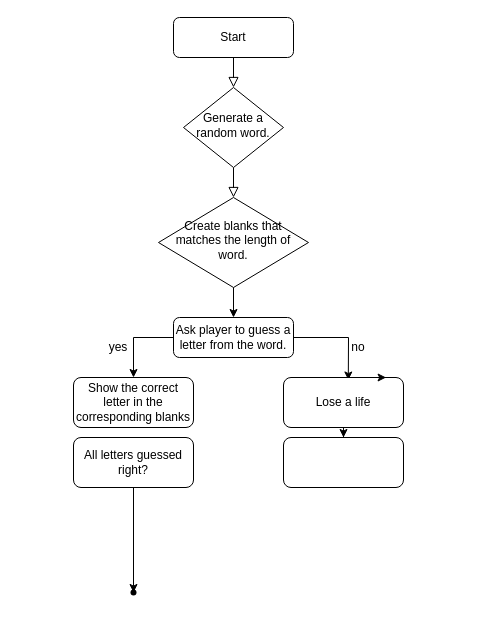
Before: Untitled Diagram.drawio in JonKA29/Hangman, a draw.io diagram. Source tidied: cells renumbered, new cells numbered last; positions are measured from the earlier drawing's top-left corner, leaving out a move shared by most shapes. Both pictures are drawn from the tidied source at 100%, with x=0, y=0 at pixel (73, 17).
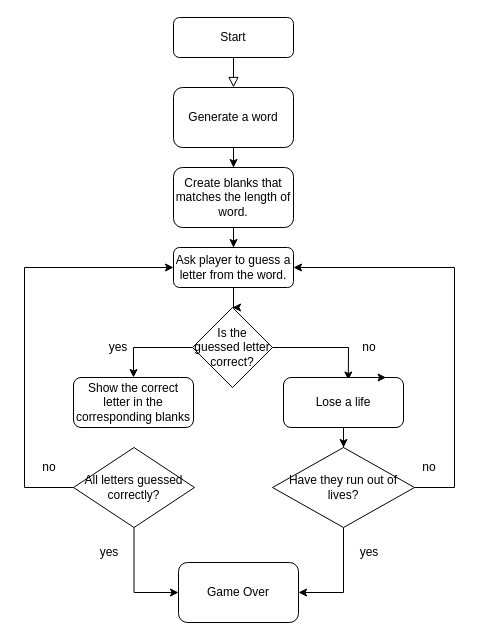
After the change.

Unchanged cells that the change refers to:
```xml
<mxCell id="3" value="Start" style="rounded=1;whiteSpace=wrap;html=1;fontSize=12;glass=0;strokeWidth=1;shadow=0;" parent="1" vertex="1">
  <mxGeometry x="100" width="120" height="40" as="geometry" />
</mxCell>
<mxCell id="10" value="Show the correct letter in the corresponding blanks" style="rounded=1;whiteSpace=wrap;html=1;" parent="1" vertex="1">
  <mxGeometry y="360" width="120" height="50" as="geometry" />
</mxCell>
<mxCell id="12" value="Lose a life" style="rounded=1;whiteSpace=wrap;html=1;" parent="1" vertex="1">
  <mxGeometry x="210" y="360" width="120" height="50" as="geometry" />
</mxCell>
```

Change to the diagram source:
```diff
@@
-    <mxCell id="2" style="rounded=0;html=1;jettySize=auto;fontSize=11;endArrow=block;endFill=0;endSize=8;strokeWidth=1;shadow=0;labelBackgroundColor=none;edgeStyle=orthogonalEdgeStyle;" parent="1" edge="1" source="3" target="5">
+    <mxCell id="2" style="rounded=0;html=1;jettySize=auto;fontSize=11;endArrow=block;endFill=0;endSize=8;strokeWidth=1;shadow=0;labelBackgroundColor=none;edgeStyle=orthogonalEdgeStyle;entryX=0.5;entryY=0;entryDx=0;entryDy=0;" parent="1" edge="1" source="3" target="29">
       <mxGeometry relative="1" as="geometry" />
     </mxCell>
@@
-    <mxCell id="4" style="rounded=0;html=1;jettySize=auto;fontSize=11;endArrow=block;endFill=0;endSize=8;strokeWidth=1;shadow=0;labelBackgroundColor=none;edgeStyle=orthogonalEdgeStyle;" parent="1" edge="1" source="5" target="6">
-      <mxGeometry y="20" relative="1" as="geometry" />
-    </mxCell>
-    <mxCell id="5" value="Generate a random word." style="rhombus;whiteSpace=wrap;html=1;shadow=0;fontFamily=Helvetica;fontSize=12;align=center;strokeWidth=1;spacing=6;spacingTop=-4;" parent="1" vertex="1">
-      <mxGeometry x="110" y="70" width="100" height="80" as="geometry" />
-    </mxCell>
-    <mxCell id="6" value="Create blanks that matches the length of word." style="rhombus;whiteSpace=wrap;html=1;shadow=0;fontFamily=Helvetica;fontSize=12;align=center;strokeWidth=1;spacing=6;spacingTop=-4;" parent="1" vertex="1">
-      <mxGeometry x="85" y="180" width="150" height="90" as="geometry" />
-    </mxCell>
+    <mxCell id="21" style="edgeStyle=orthogonalEdgeStyle;rounded=0;jettySize=auto;html=1;" parent="1" edge="1" source="7" target="30">
+      <mxGeometry relative="1" as="geometry" />
+    </mxCell>
     <mxCell id="7" value="Ask player to guess a letter from the word." style="rounded=1;whiteSpace=wrap;html=1;fontSize=12;glass=0;strokeWidth=1;shadow=0;" parent="1" vertex="1">
-      <mxGeometry x="100" y="300" width="120" height="40" as="geometry" />
+      <mxGeometry x="100" y="230" width="120" height="40" as="geometry" />
     </mxCell>
-    <mxCell id="8" style="endArrow=classic;html=1;rounded=0;exitX=0.5;exitY=1;exitDx=0;exitDy=0;entryX=0.5;entryY=0;entryDx=0;entryDy=0;" parent="1" edge="1" source="6" target="7">
-      <mxGeometry relative="1" as="geometry" />
-    </mxCell>
-    <mxCell id="9" style="endArrow=classic;html=1;rounded=0;exitX=1;exitY=0.5;exitDx=0;exitDy=0;entryX=0.54;entryY=0.05;entryDx=0;entryDy=0;entryPerimeter=0;" parent="1" edge="1" source="7" target="12">
+    <mxCell id="9" style="endArrow=classic;html=1;rounded=0;exitX=1;exitY=0.5;exitDx=0;exitDy=0;entryX=0.54;entryY=0.05;entryDx=0;entryDy=0;entryPerimeter=0;" parent="1" edge="1" source="30" target="12">
       <mxGeometry relative="1" as="geometry">
         <Array as="points">
-          <mxPoint x="275" y="320" />
+          <mxPoint x="275" y="330" />
         </Array>
       </mxGeometry>
     </mxCell>
@@
-    <mxCell id="11" style="edgeStyle=orthogonalEdgeStyle;rounded=0;jettySize=auto;html=1;" parent="1" edge="1" source="12" target="20">
-      <mxGeometry relative="1" as="geometry" />
-    </mxCell>
+    <mxCell id="22" style="edgeStyle=orthogonalEdgeStyle;rounded=0;jettySize=auto;html=1;" parent="1" edge="1" source="12" target="27">
+      <mxGeometry relative="1" as="geometry" />
+    </mxCell>
@@
-    <mxCell id="14" style="endArrow=classic;html=1;rounded=0;exitX=0;exitY=0.5;exitDx=0;exitDy=0;entryX=0.5;entryY=0;entryDx=0;entryDy=0;" parent="1" edge="1" source="7" target="10">
+    <mxCell id="14" style="endArrow=classic;html=1;rounded=0;exitX=0;exitY=0.5;exitDx=0;exitDy=0;entryX=0.5;entryY=0;entryDx=0;entryDy=0;" parent="1" edge="1" source="30" target="10">
       <mxGeometry relative="1" as="geometry">
         <Array as="points">
-          <mxPoint x="60" y="320" />
+          <mxPoint x="60" y="330" />
         </Array>
       </mxGeometry>
     </mxCell>
@@
     <mxCell id="16" value="no" style="rounded=0;whiteSpace=wrap;html=1;strokeColor=none;fillColor=none;" parent="1" vertex="1">
-      <mxGeometry x="270" y="320" width="30" height="20" as="geometry" />
+      <mxGeometry x="281" y="320" width="30" height="20" as="geometry" />
     </mxCell>
-    <mxCell id="17" style="edgeStyle=orthogonalEdgeStyle;rounded=0;jettySize=auto;html=1;" parent="1" edge="1" source="18" target="19">
+    <mxCell id="17" style="edgeStyle=orthogonalEdgeStyle;rounded=0;jettySize=auto;html=1;exitX=0.5;exitY=1;exitDx=0;exitDy=0;entryX=0;entryY=0.5;entryDx=0;entryDy=0;" parent="1" edge="1" source="24" target="32">
       <mxGeometry relative="1" as="geometry" />
     </mxCell>
-    <mxCell id="18" value="All letters guessed right?" style="rounded=1;whiteSpace=wrap;html=1;" parent="1" vertex="1">
-      <mxGeometry y="420" width="120" height="50" as="geometry" />
-    </mxCell>
-    <mxCell id="19" style="shape=waypoint;sketch=0;size=6;points=[];fillColor=default;perimeter=centerPerimeter;snapToPoint=1;rounded=1;" parent="1" vertex="1">
-      <mxGeometry x="50" y="565" width="20" height="20" as="geometry" />
-    </mxCell>
-    <mxCell id="20" style="whiteSpace=wrap;html=1;rounded=1;" parent="1" vertex="1">
-      <mxGeometry x="210" y="420" width="120" height="50" as="geometry" />
-    </mxCell>
+    <mxCell id="23" style="edgeStyle=orthogonalEdgeStyle;rounded=0;jettySize=auto;html=1;entryX=0;entryY=0.5;entryDx=0;entryDy=0;" parent="1" edge="1" source="24" target="7">
+      <mxGeometry relative="1" as="geometry">
+        <Array as="points">
+          <mxPoint x="-49" y="470" />
+          <mxPoint x="-49" y="250" />
+        </Array>
+      </mxGeometry>
+    </mxCell>
+    <mxCell id="24" value="All letters guessed correctly?" style="rhombus;whiteSpace=wrap;html=1;" parent="1" vertex="1">
+      <mxGeometry y="430" width="121" height="80" as="geometry" />
+    </mxCell>
+    <mxCell id="25" style="edgeStyle=orthogonalEdgeStyle;rounded=0;jettySize=auto;html=1;entryX=1;entryY=0.5;entryDx=0;entryDy=0;exitX=1;exitY=0.5;exitDx=0;exitDy=0;" parent="1" edge="1" source="27" target="7">
+      <mxGeometry relative="1" as="geometry">
+        <Array as="points">
+          <mxPoint x="381" y="470" />
+          <mxPoint x="381" y="250" />
+        </Array>
+      </mxGeometry>
+    </mxCell>
+    <mxCell id="26" style="edgeStyle=orthogonalEdgeStyle;rounded=0;jettySize=auto;html=1;entryX=1;entryY=0.5;entryDx=0;entryDy=0;" parent="1" edge="1" source="27" target="32">
+      <mxGeometry relative="1" as="geometry" />
+    </mxCell>
+    <mxCell id="27" value="Have they run out of lives?" style="rhombus;whiteSpace=wrap;html=1;rounded=0;shadow=0;" parent="1" vertex="1">
+      <mxGeometry x="199" y="430" width="142" height="80" as="geometry" />
+    </mxCell>
+    <mxCell id="28" style="edgeStyle=orthogonalEdgeStyle;rounded=0;jettySize=auto;html=1;" parent="1" edge="1" source="29" target="6">
+      <mxGeometry relative="1" as="geometry" />
+    </mxCell>
+    <mxCell id="29" value="Generate a word" style="rounded=1;whiteSpace=wrap;html=1;" parent="1" vertex="1">
+      <mxGeometry x="100" y="70" width="120" height="60" as="geometry" />
+    </mxCell>
+    <mxCell id="8" style="edgeStyle=orthogonalEdgeStyle;rounded=0;jettySize=auto;html=1;entryX=0.5;entryY=0;entryDx=0;entryDy=0;" parent="1" edge="1" source="6" target="7">
+      <mxGeometry relative="1" as="geometry" />
+    </mxCell>
+    <mxCell id="6" value="Create blanks that matches the length of word." style="rounded=1;whiteSpace=wrap;html=1;" parent="1" vertex="1">
+      <mxGeometry x="100" y="150" width="120" height="60" as="geometry" />
+    </mxCell>
+    <mxCell id="30" value="Is the guessed letter correct?" style="rhombus;whiteSpace=wrap;html=1;rounded=0;glass=0;strokeWidth=1;shadow=0;" parent="1" vertex="1">
+      <mxGeometry x="119" y="290" width="80" height="80" as="geometry" />
+    </mxCell>
+    <mxCell id="31" value="no" style="rounded=0;whiteSpace=wrap;html=1;strokeColor=none;fillColor=none;" parent="1" vertex="1">
+      <mxGeometry x="341" y="440" width="30" height="20" as="geometry" />
+    </mxCell>
+    <mxCell id="32" value="Game Over" style="whiteSpace=wrap;html=1;sketch=0;rounded=1;" parent="1" vertex="1">
+      <mxGeometry x="105" y="545" width="120" height="60" as="geometry" />
+    </mxCell>
+    <mxCell id="33" value="yes" style="rounded=0;whiteSpace=wrap;html=1;strokeColor=none;fillColor=none;" parent="1" vertex="1">
+      <mxGeometry x="21" y="525" width="30" height="20" as="geometry" />
+    </mxCell>
+    <mxCell id="34" value="no" style="rounded=0;whiteSpace=wrap;html=1;strokeColor=none;fillColor=none;" parent="1" vertex="1">
+      <mxGeometry x="-39" y="440" width="30" height="20" as="geometry" />
+    </mxCell>
+    <mxCell id="35" value="yes" style="rounded=0;whiteSpace=wrap;html=1;strokeColor=none;fillColor=none;" parent="1" vertex="1">
+      <mxGeometry x="281" y="525" width="30" height="20" as="geometry" />
+    </mxCell>
```
